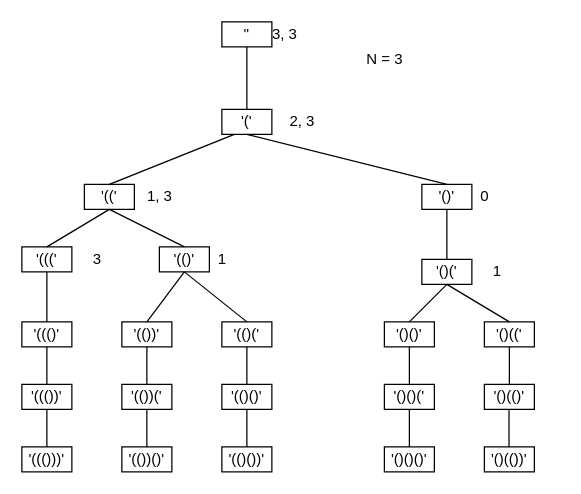
Earlier version of the draw.io diagram Algo.drawio (Seandor/diagrams-storage). Source tidied: cells renumbered, new cells numbered last; positions are measured from the earlier drawing's top-left corner, leaving out a move shared by most shapes. Both pictures are drawn from the tidied source at 125%, with x=0, y=0 at pixel (21, 21).
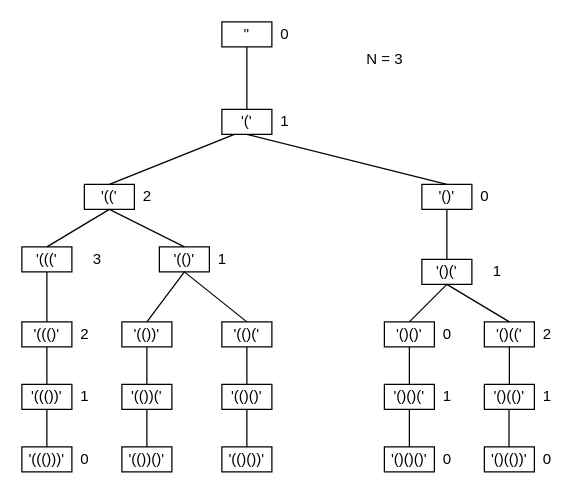
Above is the later version.

Change to the diagram source:
```diff
@@
-    <mxCell id="46" value="3, 3" style="text;html=1;align=center;verticalAlign=middle;" parent="1" vertex="1">
-      <mxGeometry x="190" width="40" height="20" as="geometry" />
+    <mxCell id="46" value="0" style="text;html=1;align=center;verticalAlign=middle;" parent="1" vertex="1">
+      <mxGeometry x="200" width="20" height="20" as="geometry" />
     </mxCell>
-    <mxCell id="47" value="2, 3" style="text;html=1;align=center;verticalAlign=middle;" parent="1" vertex="1">
-      <mxGeometry x="204" y="70" width="40" height="20" as="geometry" />
+    <mxCell id="47" value="1" style="text;html=1;align=center;verticalAlign=middle;" parent="1" vertex="1">
+      <mxGeometry x="200" y="70" width="20" height="20" as="geometry" />
     </mxCell>
-    <mxCell id="48" value="1, 3" style="text;html=1;align=center;verticalAlign=middle;" parent="1" vertex="1">
-      <mxGeometry x="90" y="130" width="40" height="20" as="geometry" />
+    <mxCell id="48" value="2" style="text;html=1;align=center;verticalAlign=middle;" parent="1" vertex="1">
+      <mxGeometry x="90" y="130" width="20" height="20" as="geometry" />
     </mxCell>
@@
+    <mxCell id="53" value="2" style="text;html=1;align=center;verticalAlign=middle;" parent="1" vertex="1">
+      <mxGeometry x="40" y="240" width="20" height="20" as="geometry" />
+    </mxCell>
+    <mxCell id="54" value="1" style="text;html=1;align=center;verticalAlign=middle;" parent="1" vertex="1">
+      <mxGeometry x="40" y="290" width="20" height="20" as="geometry" />
+    </mxCell>
+    <mxCell id="55" value="0" style="text;html=1;align=center;verticalAlign=middle;" parent="1" vertex="1">
+      <mxGeometry x="40" y="340" width="20" height="20" as="geometry" />
+    </mxCell>
+    <mxCell id="56" value="0" style="text;html=1;align=center;verticalAlign=middle;" parent="1" vertex="1">
+      <mxGeometry x="330" y="240" width="20" height="20" as="geometry" />
+    </mxCell>
+    <mxCell id="57" value="2" style="text;html=1;align=center;verticalAlign=middle;" parent="1" vertex="1">
+      <mxGeometry x="410" y="240" width="20" height="20" as="geometry" />
+    </mxCell>
+    <mxCell id="58" value="1" style="text;html=1;align=center;verticalAlign=middle;" parent="1" vertex="1">
+      <mxGeometry x="330" y="290" width="20" height="20" as="geometry" />
+    </mxCell>
+    <mxCell id="59" value="1" style="text;html=1;align=center;verticalAlign=middle;" parent="1" vertex="1">
+      <mxGeometry x="410" y="290" width="20" height="20" as="geometry" />
+    </mxCell>
+    <mxCell id="60" value="0" style="text;html=1;align=center;verticalAlign=middle;" parent="1" vertex="1">
+      <mxGeometry x="330" y="340" width="20" height="20" as="geometry" />
+    </mxCell>
+    <mxCell id="61" value="0" style="text;html=1;align=center;verticalAlign=middle;" parent="1" vertex="1">
+      <mxGeometry x="410" y="340" width="20" height="20" as="geometry" />
+    </mxCell>
```
